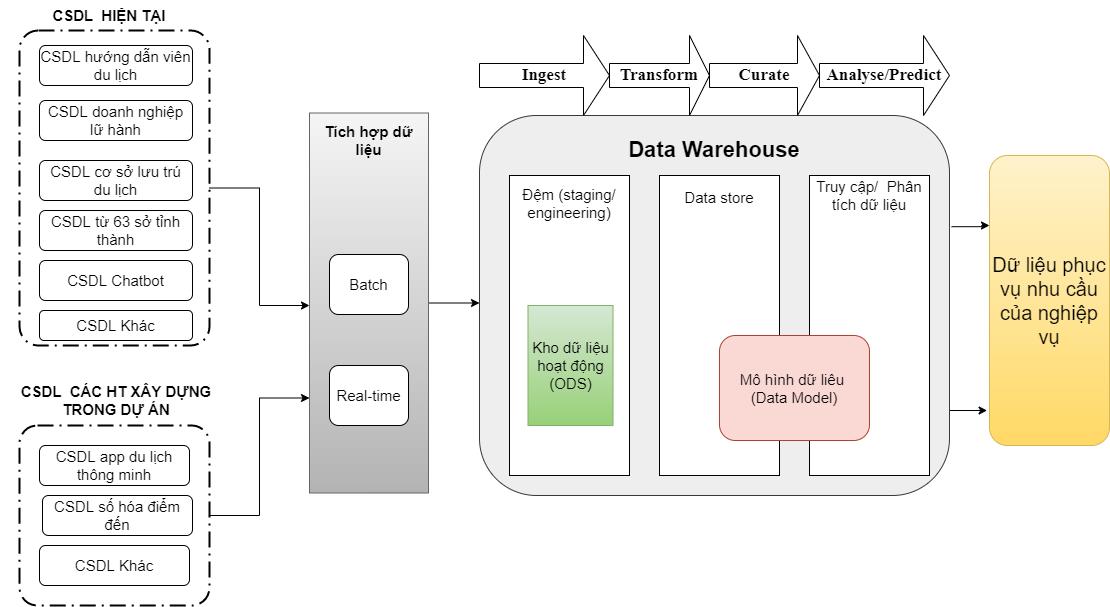
This is tcdl-Page-3.drawio.png from letheanh12345/Draw-io, a draw.io export, as it was before one commit. Source tidied: cells renumbered, new cells last; positions are measured from the earlier drawing's top-left corner, leaving out a move shared by most shapes.
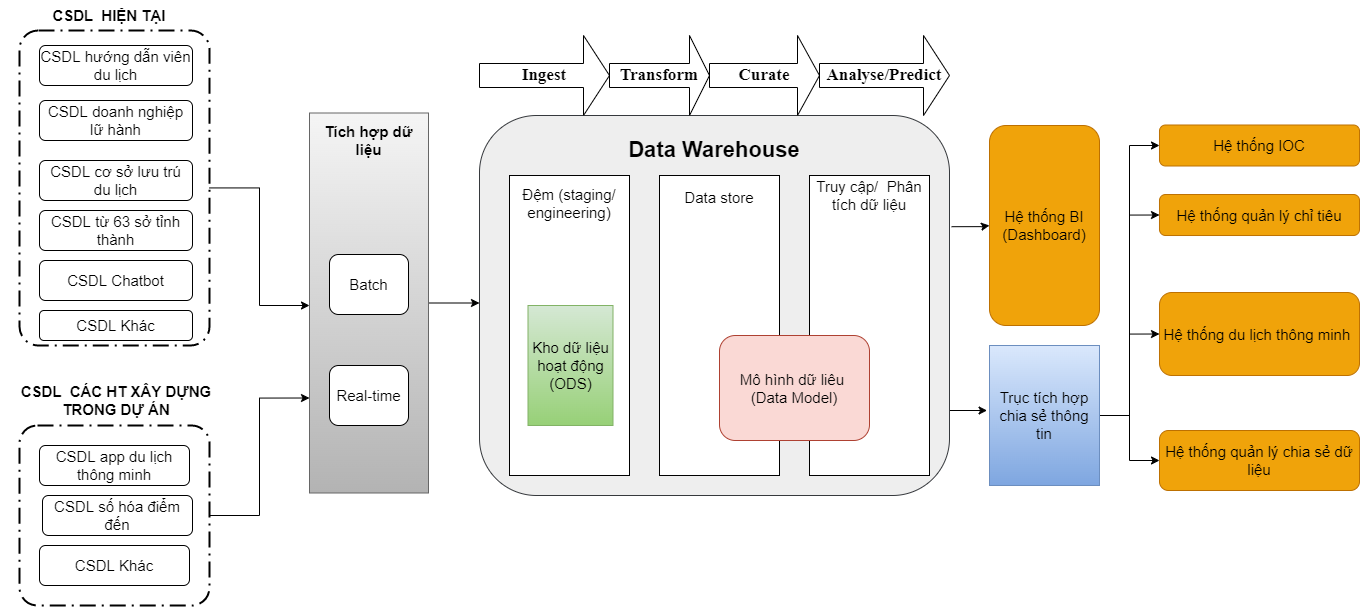
After the commit.

The edit, as a diff of the source:
```diff
@@ -103,9 +103,6 @@
     <mxCell id="30" value="&lt;font style=&quot;font-size: 15px;&quot;&gt;CSDL từ 63 sở tỉnh thành&lt;/font&gt;" style="rounded=1;whiteSpace=wrap;html=1;" parent="1" vertex="1">
       <mxGeometry x="38" y="210" width="153" height="40" as="geometry" />
     </mxCell>
-    <mxCell id="31" value="&lt;font style=&quot;font-size: 20px;&quot;&gt;Dữ liệu phục vụ nhu cầu của nghiệp vụ&lt;/font&gt;" style="rounded=1;whiteSpace=wrap;html=1;fillColor=#fff2cc;strokeColor=#d6b656;gradientColor=#ffd966;" parent="1" vertex="1">
-      <mxGeometry x="988" y="155" width="120" height="290" as="geometry" />
-    </mxCell>
     <mxCell id="32" style="edgeStyle=orthogonalEdgeStyle;rounded=0;jettySize=auto;html=1;entryX=0;entryY=0.75;entryDx=0;entryDy=0;fontSize=15;" parent="1" edge="1" source="33" target="13">
       <mxGeometry relative="1" as="geometry" />
     </mxCell>
@@ -127,5 +124,40 @@
     <mxCell id="38" value="CSDL Khác" style="rounded=1;whiteSpace=wrap;html=1;fontSize=15;" parent="1" vertex="1">
       <mxGeometry x="38" y="545" width="150" height="40" as="geometry" />
     </mxCell>
+    <mxCell id="39" value="Hệ thống BI (Dashboard)" style="rounded=1;whiteSpace=wrap;html=1;fontSize=15;fillColor=#f0a30a;fontColor=#000000;strokeColor=#BD7000;" parent="1" vertex="1">
+      <mxGeometry x="988" y="125" width="110" height="200" as="geometry" />
+    </mxCell>
+    <mxCell id="40" style="edgeStyle=orthogonalEdgeStyle;rounded=0;jettySize=auto;html=1;entryX=0;entryY=0.5;entryDx=0;entryDy=0;" parent="1" edge="1" source="44" target="45">
+      <mxGeometry relative="1" as="geometry" />
+    </mxCell>
+    <mxCell id="41" style="edgeStyle=orthogonalEdgeStyle;rounded=0;jettySize=auto;html=1;entryX=0;entryY=0.5;entryDx=0;entryDy=0;" parent="1" edge="1" source="44" target="46">
+      <mxGeometry relative="1" as="geometry" />
+    </mxCell>
+    <mxCell id="42" style="edgeStyle=orthogonalEdgeStyle;rounded=0;jettySize=auto;html=1;entryX=0;entryY=0.5;entryDx=0;entryDy=0;" parent="1" edge="1" source="44" target="47">
+      <mxGeometry relative="1" as="geometry">
+        <Array as="points">
+          <mxPoint x="1128" y="415" />
+          <mxPoint x="1128" y="334" />
+        </Array>
+      </mxGeometry>
+    </mxCell>
+    <mxCell id="43" style="edgeStyle=orthogonalEdgeStyle;rounded=0;jettySize=auto;html=1;entryX=0;entryY=0.5;entryDx=0;entryDy=0;" parent="1" edge="1" source="44" target="48">
+      <mxGeometry relative="1" as="geometry" />
+    </mxCell>
+    <mxCell id="44" value="Trục tích hợp chia sẻ thông tin" style="rounded=0;whiteSpace=wrap;html=1;fontSize=15;fillColor=#dae8fc;gradientColor=#7ea6e0;strokeColor=#6c8ebf;" parent="1" vertex="1">
+      <mxGeometry x="988" y="345" width="110" height="140" as="geometry" />
+    </mxCell>
+    <mxCell id="45" value="Hệ thống IOC" style="rounded=1;whiteSpace=wrap;html=1;fontSize=15;fillColor=#f0a30a;fontColor=#000000;strokeColor=#BD7000;" parent="1" vertex="1">
+      <mxGeometry x="1158" y="124.5" width="200" height="41" as="geometry" />
+    </mxCell>
+    <mxCell id="46" value="Hệ thống quản lý chỉ tiêu" style="rounded=1;whiteSpace=wrap;html=1;fontSize=15;fillColor=#f0a30a;fontColor=#000000;strokeColor=#BD7000;" parent="1" vertex="1">
+      <mxGeometry x="1158" y="194" width="200" height="41" as="geometry" />
+    </mxCell>
+    <mxCell id="47" value="Hệ thống du lịch thông minh&amp;nbsp;" style="rounded=1;whiteSpace=wrap;html=1;fontSize=15;fillColor=#f0a30a;fontColor=#000000;strokeColor=#BD7000;" parent="1" vertex="1">
+      <mxGeometry x="1158" y="292" width="200" height="83" as="geometry" />
+    </mxCell>
+    <mxCell id="48" value="Hệ thống quản lý chia sẻ dữ liệu" style="rounded=1;whiteSpace=wrap;html=1;fontSize=15;fillColor=#f0a30a;fontColor=#000000;strokeColor=#BD7000;" parent="1" vertex="1">
+      <mxGeometry x="1158" y="430" width="200" height="60" as="geometry" />
+    </mxCell>
   </root>
 </mxGraphModel>
```
